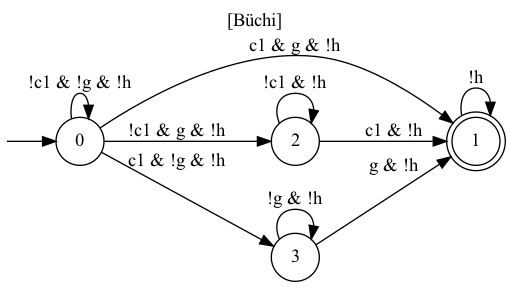
Before: dfa2.png, a diagram exported from Graphviz (YuliiaSuprun/Task-Planning-with-TEGs). Its source is kept beside it as dfa2.dot.
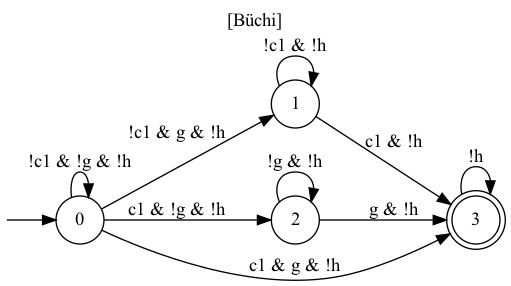
After the change.

Diff of the diagram source:
```diff
@@ -7,15 +7,15 @@
   I -> 0
   0 [label="0"]
   0 -> 0 [label="!c1 & !g & !h"]
-  0 -> 1 [label="c1 & g & !h"]
-  0 -> 2 [label="!c1 & g & !h"]
-  0 -> 3 [label="c1 & !g & !h"]
-  1 [label="1", peripheries=2]
-  1 -> 1 [label="!h"]
+  0 -> 1 [label="!c1 & g & !h"]
+  0 -> 2 [label="c1 & !g & !h"]
+  0 -> 3 [label="c1 & g & !h"]
+  1 [label="1"]
+  1 -> 1 [label="!c1 & !h"]
+  1 -> 3 [label="c1 & !h"]
   2 [label="2"]
-  2 -> 1 [label="c1 & !h"]
-  2 -> 2 [label="!c1 & !h"]
-  3 [label="3"]
-  3 -> 1 [label="g & !h"]
-  3 -> 3 [label="!g & !h"]
+  2 -> 2 [label="!g & !h"]
+  2 -> 3 [label="g & !h"]
+  3 [label="3", peripheries=2]
+  3 -> 3 [label="!h"]
 }
```
